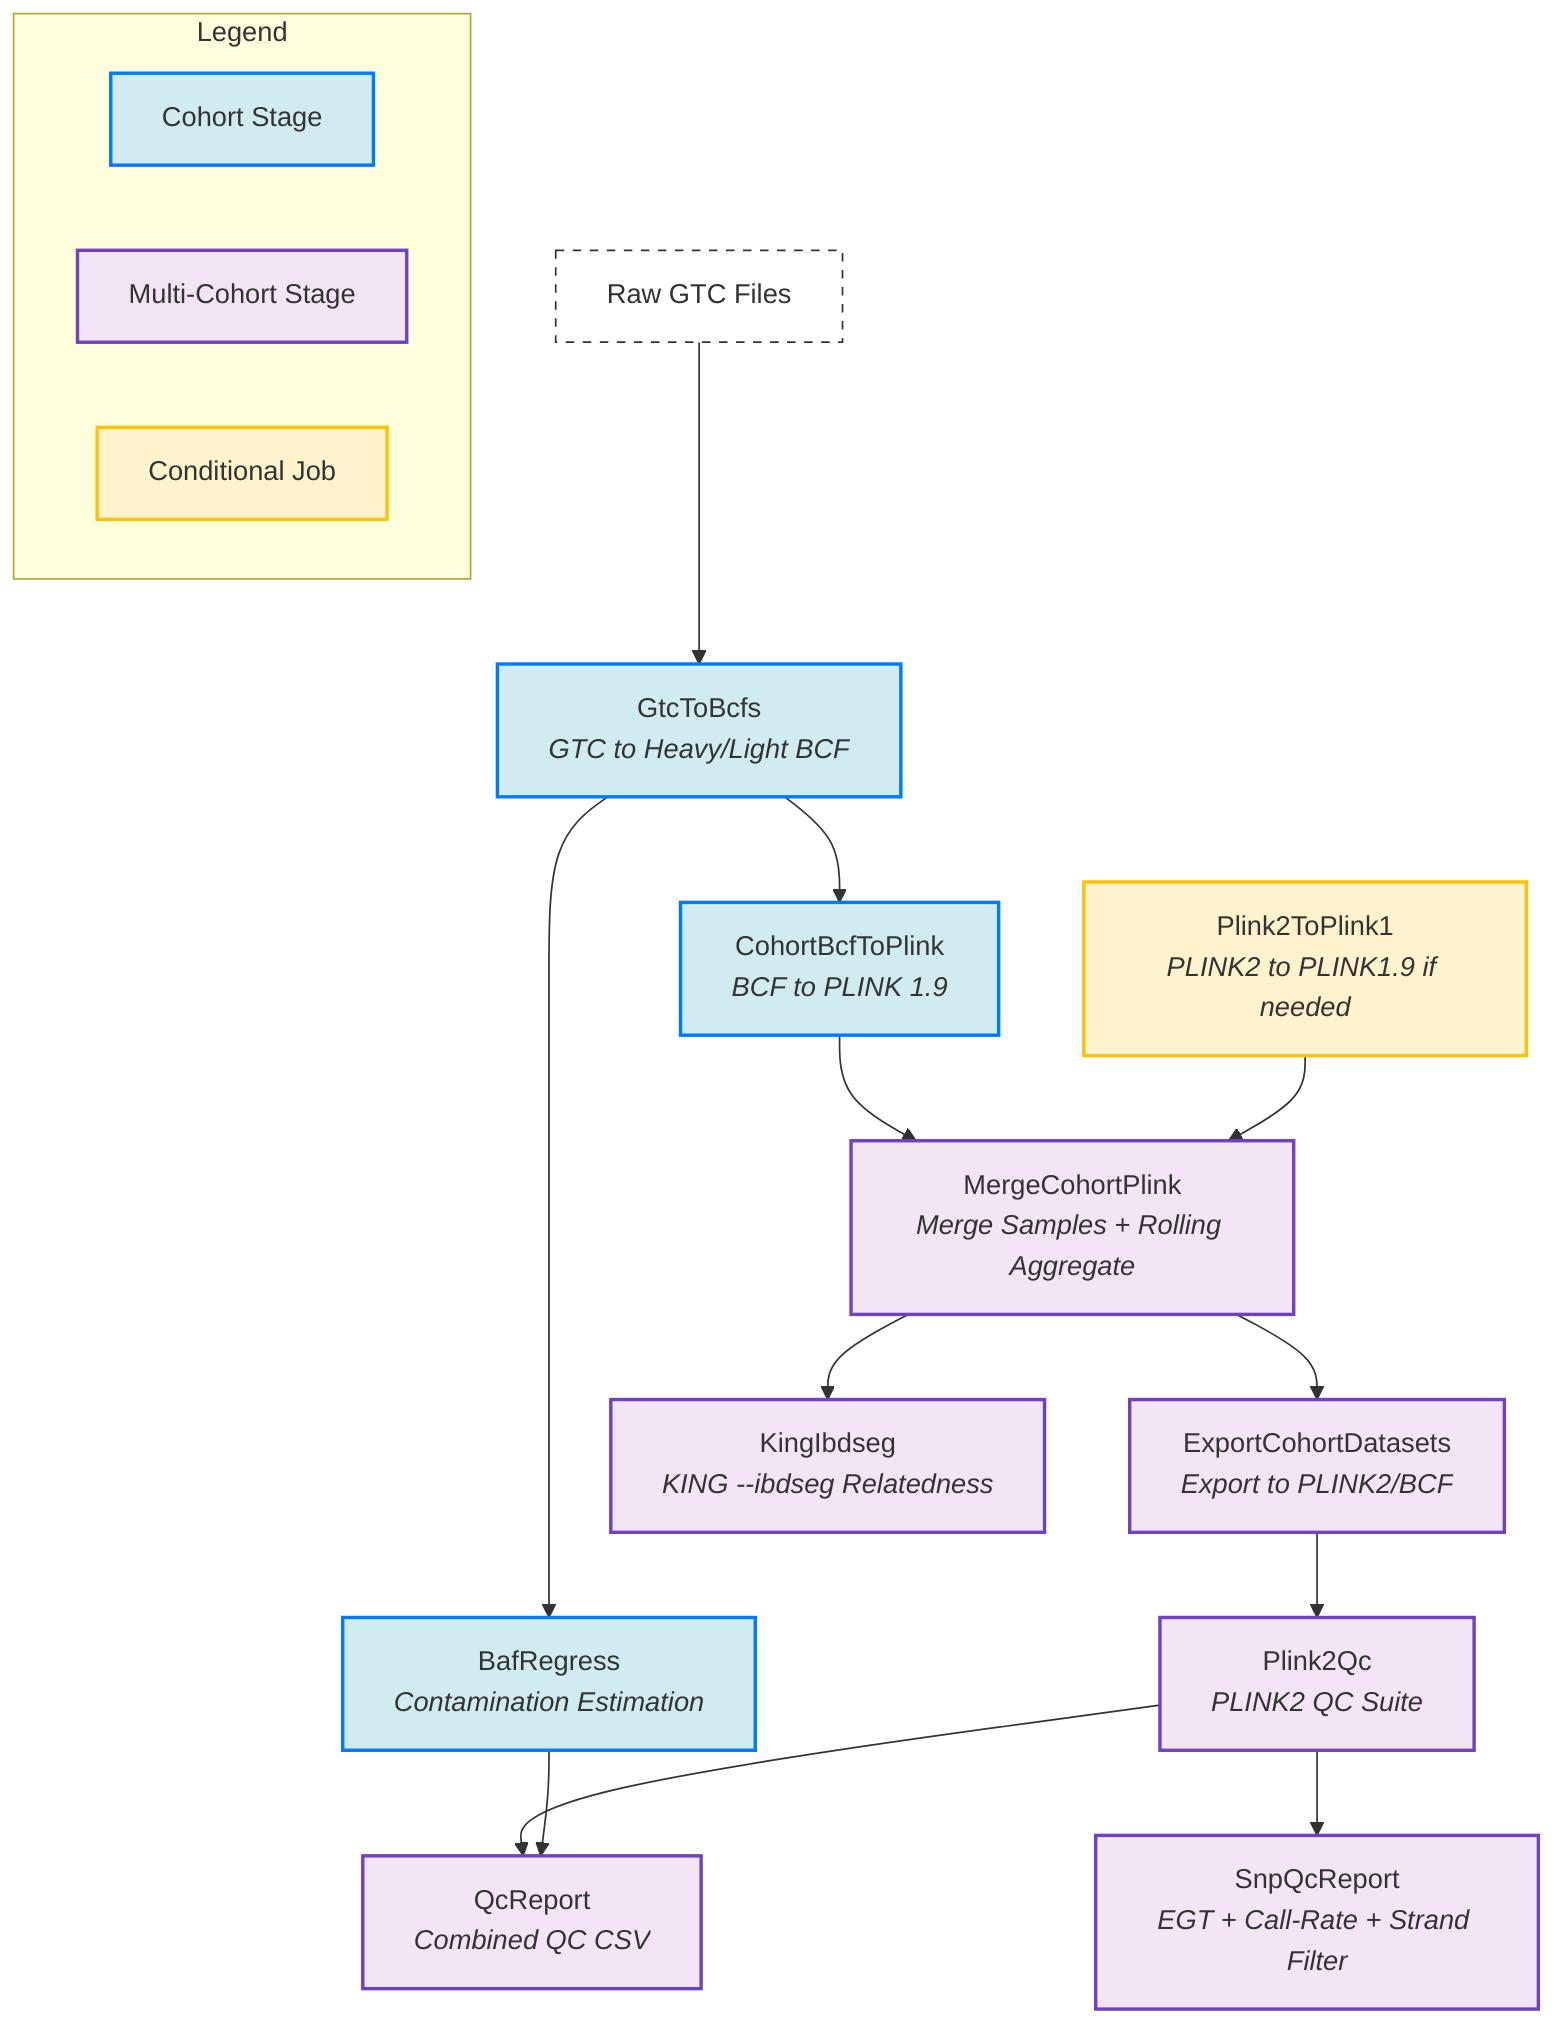
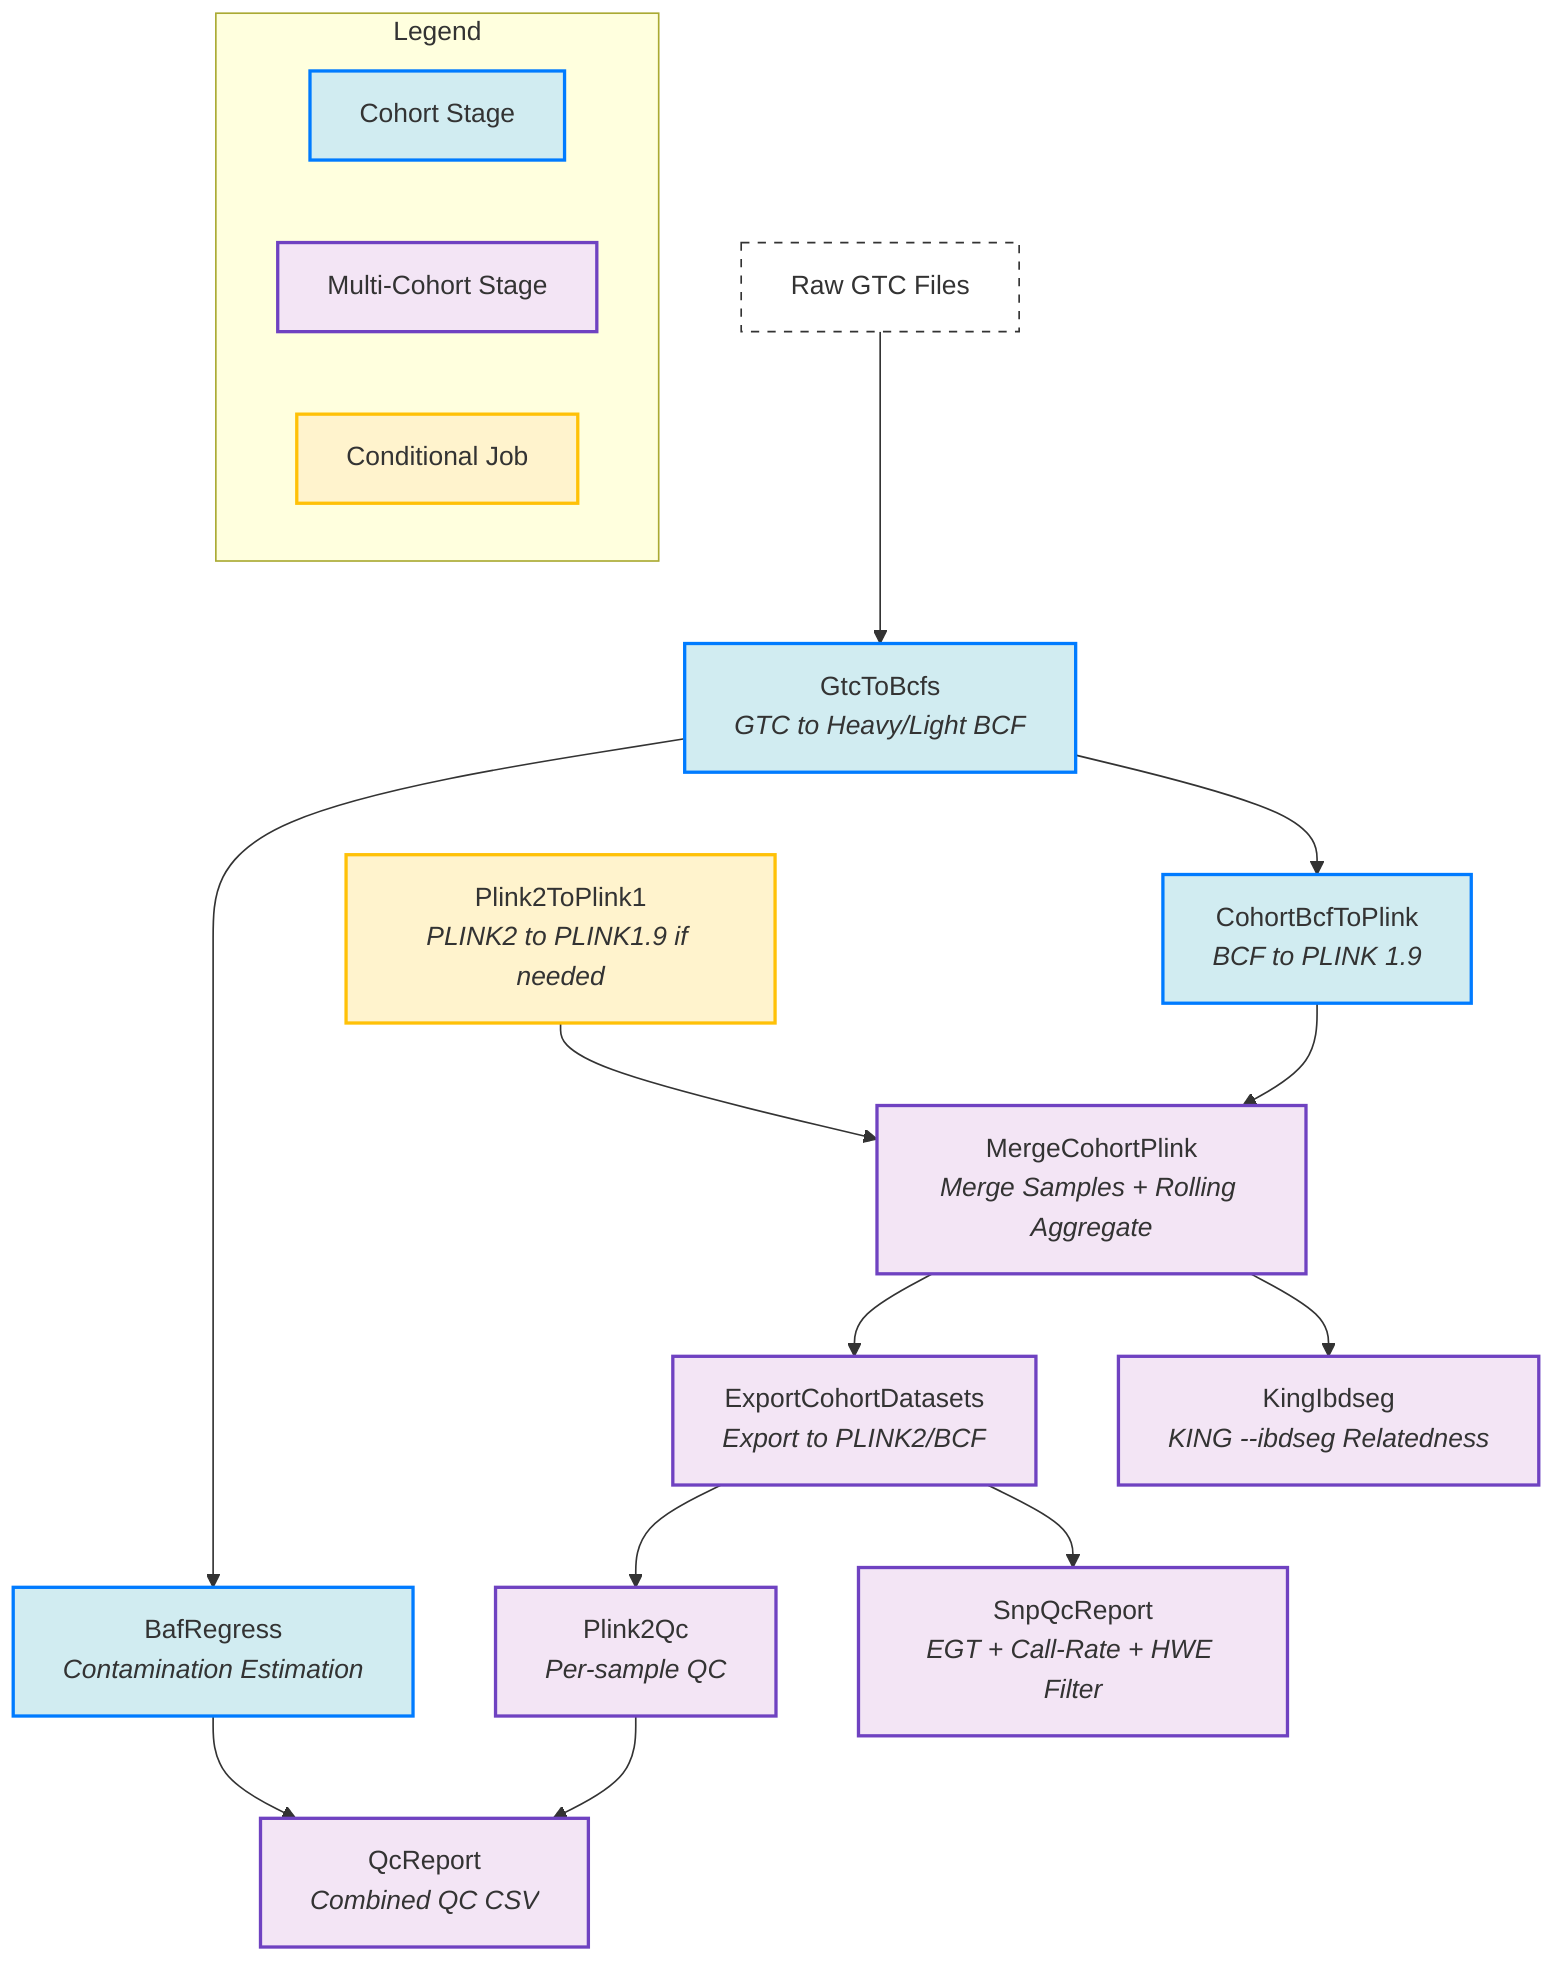
graph TD
    subgraph Legend
        direction LR
        L1[Cohort Stage]:::cohort
        L2[Multi-Cohort Stage]:::multicohort
        L3[Conditional Job]:::conditional
    end

    %% DAG Structure
    GTC[Raw GTC Files]:::data --> GtoB[GtcToBcfs<br/><i>GTC to Heavy/Light BCF</i>]:::cohort
    GtoB --> BAF[BafRegress<br/><i>Contamination Estimation</i>]:::cohort
    GtoB --> BtoP[CohortBcfToPlink<br/><i>BCF to PLINK 1.9</i>]:::cohort
    BtoP --> MCP[MergeCohortPlink<br/><i>Merge Samples + Rolling Aggregate</i>]:::multicohort
    P2P1[Plink2ToPlink1<br/><i>PLINK2 to PLINK1.9 if needed</i>]:::conditional --> MCP
    MCP --> ECD[ExportCohortDatasets<br/><i>Export to PLINK2/BCF</i>]:::multicohort
    MCP --> KING[KingIbdseg<br/><i>KING --ibdseg Relatedness</i>]:::multicohort
-     ECD --> QC[Plink2Qc<br/><i>PLINK2 QC Suite</i>]:::multicohort
-     QC --> SNP[SnpQcReport<br/><i>EGT + Call-Rate + Strand Filter</i>]:::multicohort
+     ECD --> QC[Plink2Qc<br/><i>Per-sample QC</i>]:::multicohort
+     ECD --> SNP[SnpQcReport<br/><i>EGT + Call-Rate + HWE Filter</i>]:::multicohort
    QC --> QR[QcReport<br/><i>Combined QC CSV</i>]:::multicohort
    BAF --> QR

    %% Component styling
    classDef cohort fill:#d1ecf1,stroke:#007bff,stroke-width:2px;
    classDef multicohort fill:#f3e5f5,stroke:#6f42c1,stroke-width:2px;
    classDef conditional fill:#fff3cd,stroke:#ffc107,stroke-width:2px;
    classDef data fill:#fff,stroke:#333,stroke-dasharray: 5 5;

    %% Explicit classes
    class GtoB,BAF,BtoP cohort;
    class MCP,ECD,QC,KING,QR,SNP multicohort;
    class P2P1 conditional;
